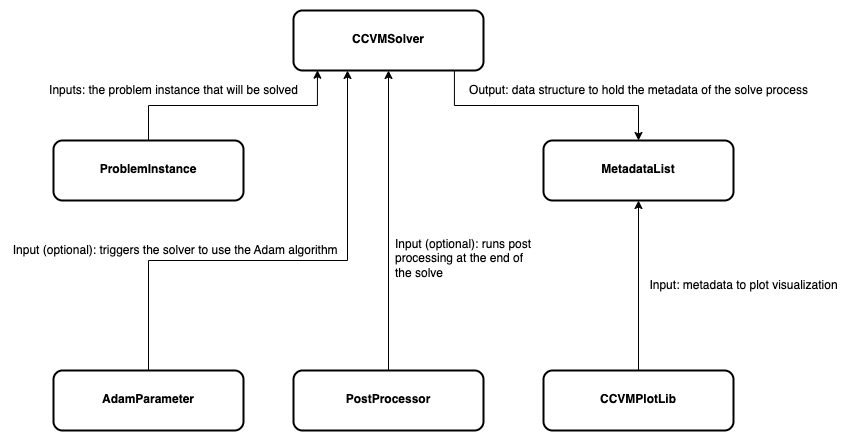
Earlier version of the draw.io export diagrams/high_level_class_diagram.png (1QB-Information-Technologies/ccvm). Source tidied: cells renumbered, new cells last; positions are measured from the earlier drawing's top-left corner, leaving out a move shared by most shapes.
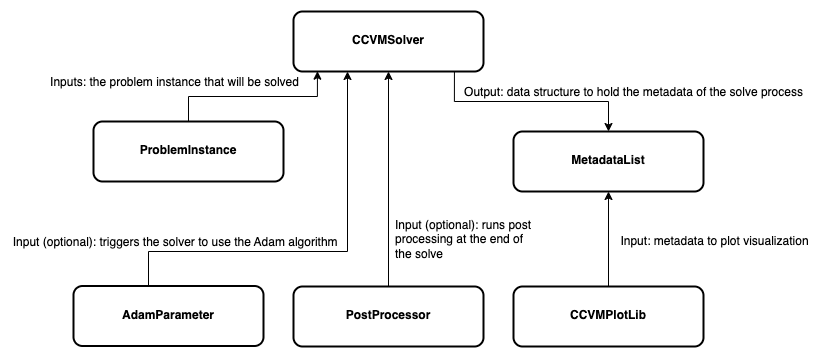
After the change.

Diff of the diagram source:
```diff
@@ -7,7 +7,7 @@
     </mxCell>
     <mxCell id="3" value="Output:&amp;nbsp;data structure to hold the metadata of the solve process" style="edgeLabel;html=1;align=center;verticalAlign=middle;fontSize=12;fontFamily=Helvetica;fontColor=default;" parent="2" vertex="1">
       <mxGeometry x="0.05" y="-5" relative="1" as="geometry">
-        <mxPoint x="85" y="-20" as="offset" />
+        <mxPoint x="96" y="-15" as="offset" />
       </mxGeometry>
     </mxCell>
     <mxCell id="4" value="&lt;p style=&quot;margin:0px;margin-top:4px;text-align:center;&quot;&gt;&lt;br&gt;&lt;/p&gt;&lt;p style=&quot;margin:0px;margin-top:4px;text-align:center;&quot;&gt;&lt;b&gt;CCVMSolver&lt;/b&gt;&lt;/p&gt;" style="verticalAlign=top;align=left;overflow=fill;fontSize=12;fontFamily=Helvetica;html=1;whiteSpace=wrap;rounded=1;strokeColor=default;strokeWidth=2;fontColor=default;fillColor=default;" parent="1" vertex="1">
@@ -17,47 +17,45 @@
       <mxGeometry relative="1" as="geometry" />
     </mxCell>
     <mxCell id="6" value="&lt;p style=&quot;margin: 4px 0px 0px;&quot;&gt;&lt;b&gt;&lt;br&gt;&lt;/b&gt;&lt;/p&gt;&lt;p style=&quot;margin: 4px 0px 0px;&quot;&gt;&lt;b&gt;PostProcessor&lt;/b&gt;&lt;/p&gt;" style="verticalAlign=top;align=center;overflow=fill;fontSize=12;fontFamily=Helvetica;html=1;whiteSpace=wrap;rounded=1;strokeColor=default;strokeWidth=2;fontColor=default;fillColor=default;" parent="1" vertex="1">
-      <mxGeometry x="240" y="360" width="190" height="60" as="geometry" />
+      <mxGeometry x="240" y="275" width="190" height="60" as="geometry" />
     </mxCell>
     <mxCell id="7" value="&lt;p style=&quot;margin: 4px 0px 0px;&quot;&gt;&lt;b&gt;&lt;br&gt;&lt;/b&gt;&lt;/p&gt;&lt;p style=&quot;margin: 4px 0px 0px;&quot;&gt;&lt;b&gt;AdamParameter&lt;/b&gt;&lt;/p&gt;" style="verticalAlign=top;align=center;overflow=fill;fontSize=12;fontFamily=Helvetica;html=1;whiteSpace=wrap;rounded=1;strokeColor=default;strokeWidth=2;fontColor=default;fillColor=default;" parent="1" vertex="1">
-      <mxGeometry y="360" width="190" height="60" as="geometry" />
+      <mxGeometry x="20" y="274.5" width="190" height="60" as="geometry" />
     </mxCell>
     <mxCell id="8" value="&lt;p style=&quot;margin: 4px 0px 0px;&quot;&gt;&lt;b&gt;&lt;br&gt;&lt;/b&gt;&lt;/p&gt;&lt;p style=&quot;margin: 4px 0px 0px;&quot;&gt;&lt;b&gt;MetadataList&lt;/b&gt;&lt;/p&gt;" style="verticalAlign=top;align=center;overflow=fill;fontSize=12;fontFamily=Helvetica;html=1;whiteSpace=wrap;rounded=1;strokeColor=default;strokeWidth=2;fontColor=default;fillColor=default;" parent="1" vertex="1">
-      <mxGeometry x="490" y="130" width="190" height="60" as="geometry" />
+      <mxGeometry x="460" y="120" width="190" height="60" as="geometry" />
     </mxCell>
     <mxCell id="9" value="&lt;p style=&quot;margin: 4px 0px 0px;&quot;&gt;&lt;b&gt;&lt;br&gt;&lt;/b&gt;&lt;/p&gt;&lt;p style=&quot;margin: 4px 0px 0px;&quot;&gt;&lt;b&gt;CCVMPlotLib&lt;/b&gt;&lt;/p&gt;" style="verticalAlign=top;align=center;overflow=fill;fontSize=12;fontFamily=Helvetica;html=1;whiteSpace=wrap;rounded=1;strokeColor=default;strokeWidth=2;fontColor=default;fillColor=default;" parent="1" vertex="1">
-      <mxGeometry x="490" y="360" width="190" height="60" as="geometry" />
+      <mxGeometry x="460" y="275" width="190" height="60" as="geometry" />
     </mxCell>
     <mxCell id="10" style="edgeStyle=orthogonalEdgeStyle;rounded=0;jettySize=auto;html=1;exitX=0.5;exitY=0;exitDx=0;exitDy=0;entryX=0.5;entryY=1;entryDx=0;entryDy=0;fontFamily=Helvetica;fontSize=12;fontColor=default;" parent="1" edge="1" source="9" target="8">
       <mxGeometry relative="1" as="geometry" />
     </mxCell>
-    <mxCell id="11" value="Input: metadata to plot visualization" style="edgeLabel;html=1;align=center;verticalAlign=middle;points=[];fontSize=12;fontFamily=Helvetica;fontColor=default;" parent="10" vertex="1">
-      <mxGeometry x="0.13" relative="1" as="geometry">
-        <mxPoint x="105" y="11" as="offset" />
-      </mxGeometry>
+    <mxCell id="11" value="&lt;p style=&quot;margin: 4px 0px 0px;&quot;&gt;&lt;b&gt;&lt;br&gt;&lt;/b&gt;&lt;/p&gt;&lt;p style=&quot;margin: 4px 0px 0px;&quot;&gt;&lt;b&gt;ProblemInstance&lt;/b&gt;&lt;/p&gt;" style="verticalAlign=top;align=center;overflow=fill;fontSize=12;fontFamily=Helvetica;html=1;whiteSpace=wrap;rounded=1;strokeColor=default;strokeWidth=2;fontColor=default;fillColor=default;" parent="1" vertex="1">
+      <mxGeometry x="40" y="110" width="190" height="60" as="geometry" />
     </mxCell>
-    <mxCell id="12" value="&lt;p style=&quot;margin: 4px 0px 0px;&quot;&gt;&lt;b&gt;&lt;br&gt;&lt;/b&gt;&lt;/p&gt;&lt;p style=&quot;margin: 4px 0px 0px;&quot;&gt;&lt;b&gt;ProblemInstance&lt;/b&gt;&lt;/p&gt;" style="verticalAlign=top;align=center;overflow=fill;fontSize=12;fontFamily=Helvetica;html=1;whiteSpace=wrap;rounded=1;strokeColor=default;strokeWidth=2;fontColor=default;fillColor=default;" parent="1" vertex="1">
-      <mxGeometry y="130" width="190" height="60" as="geometry" />
+    <mxCell id="12" value="&amp;nbsp;Inputs: the problem instance that will be solved&amp;nbsp;" style="edgeLabel;html=1;align=center;verticalAlign=middle;points=[];fontSize=12;fontFamily=Helvetica;fontColor=default;" parent="1" vertex="1">
+      <mxGeometry x="120" y="70" as="geometry" />
     </mxCell>
-    <mxCell id="13" value="&amp;nbsp;Inputs: the problem instance that will be solved&amp;nbsp;" style="edgeLabel;html=1;align=center;verticalAlign=middle;fontSize=12;fontFamily=Helvetica;fontColor=default;" parent="1" vertex="1">
-      <mxGeometry x="120" y="80" as="geometry" />
+    <mxCell id="13" value="&lt;span style=&quot;color: rgb(0, 0, 0); font-family: Helvetica; font-size: 12px; font-style: normal; font-variant-ligatures: normal; font-variant-caps: normal; font-weight: 400; letter-spacing: normal; orphans: 2; text-align: center; text-indent: 0px; text-transform: none; widows: 2; word-spacing: 0px; -webkit-text-stroke-width: 0px; background-color: rgb(255, 255, 255); text-decoration-thickness: initial; text-decoration-style: initial; text-decoration-color: initial; float: none; display: inline !important;&quot;&gt;Input (optional): r&lt;/span&gt;uns post processing at the end of the solve" style="text;whiteSpace=wrap;html=1;fontSize=12;fontFamily=Helvetica;fontColor=default;" parent="1" vertex="1">
+      <mxGeometry x="340" y="200" width="140" height="60" as="geometry" />
     </mxCell>
-    <mxCell id="14" value="&lt;span style=&quot;color: rgb(0, 0, 0); font-family: Helvetica; font-size: 12px; font-style: normal; font-variant-ligatures: normal; font-variant-caps: normal; font-weight: 400; letter-spacing: normal; orphans: 2; text-align: center; text-indent: 0px; text-transform: none; widows: 2; word-spacing: 0px; -webkit-text-stroke-width: 0px; background-color: rgb(255, 255, 255); text-decoration-thickness: initial; text-decoration-style: initial; text-decoration-color: initial; float: none; display: inline !important;&quot;&gt;Input (optional): r&lt;/span&gt;uns post processing at the end of the solve" style="text;whiteSpace=wrap;html=1;fontSize=12;fontFamily=Helvetica;fontColor=default;" parent="1" vertex="1">
-      <mxGeometry x="340" y="220" width="140" height="60" as="geometry" />
+    <mxCell id="14" value="&amp;nbsp;Input (optional): triggers the solver to use the Adam algorithm" style="edgeLabel;html=1;align=center;verticalAlign=middle;fontSize=12;fontFamily=Helvetica;fontColor=default;" parent="1" vertex="1">
+      <mxGeometry x="120" y="230" as="geometry" />
     </mxCell>
-    <mxCell id="15" value="&amp;nbsp;Input (optional): triggers the solver to use the Adam algorithm" style="edgeLabel;html=1;align=center;verticalAlign=middle;fontSize=12;fontFamily=Helvetica;fontColor=default;" parent="1" vertex="1">
-      <mxGeometry x="120" y="240" as="geometry" />
+    <mxCell id="15" style="edgeStyle=orthogonalEdgeStyle;rounded=0;jettySize=auto;html=1;exitX=0.5;exitY=0;exitDx=0;exitDy=0;fontFamily=Helvetica;fontSize=12;fontColor=default;" parent="1" edge="1" source="7" target="4">
+      <mxGeometry relative="1" as="geometry">
+        <Array as="points">
+          <mxPoint x="95" y="240" />
+          <mxPoint x="294" y="240" />
+        </Array>
+      </mxGeometry>
     </mxCell>
-    <mxCell id="16" style="edgeStyle=orthogonalEdgeStyle;rounded=0;jettySize=auto;html=1;exitX=0.5;exitY=0;exitDx=0;exitDy=0;fontFamily=Helvetica;fontSize=12;fontColor=default;" parent="1" edge="1" source="7" target="4">
-      <mxGeometry relative="1" as="geometry">
-        <Array as="points">
-          <mxPoint x="95" y="250" />
-          <mxPoint x="294" y="250" />
-        </Array>
-      </mxGeometry>
+    <mxCell id="16" style="edgeStyle=orthogonalEdgeStyle;rounded=0;jettySize=auto;html=1;exitX=0.5;exitY=0;exitDx=0;exitDy=0;entryX=0.126;entryY=0.995;entryDx=0;entryDy=0;entryPerimeter=0;fontFamily=Helvetica;fontSize=12;fontColor=default;" parent="1" edge="1" source="11" target="4">
+      <mxGeometry relative="1" as="geometry" />
     </mxCell>
-    <mxCell id="17" style="edgeStyle=orthogonalEdgeStyle;rounded=0;jettySize=auto;html=1;exitX=0.5;exitY=0;exitDx=0;exitDy=0;entryX=0.126;entryY=0.995;entryDx=0;entryDy=0;entryPerimeter=0;fontFamily=Helvetica;fontSize=12;fontColor=default;" parent="1" edge="1" source="12" target="4">
-      <mxGeometry relative="1" as="geometry" />
+    <mxCell id="17" value="Input: metadata to plot visualization" style="edgeLabel;html=1;align=center;verticalAlign=middle;fontSize=12;fontFamily=Helvetica;fontColor=default;" parent="1" vertex="1">
+      <mxGeometry x="660" y="230" as="geometry" />
     </mxCell>
   </root>
 </mxGraphModel>
```
